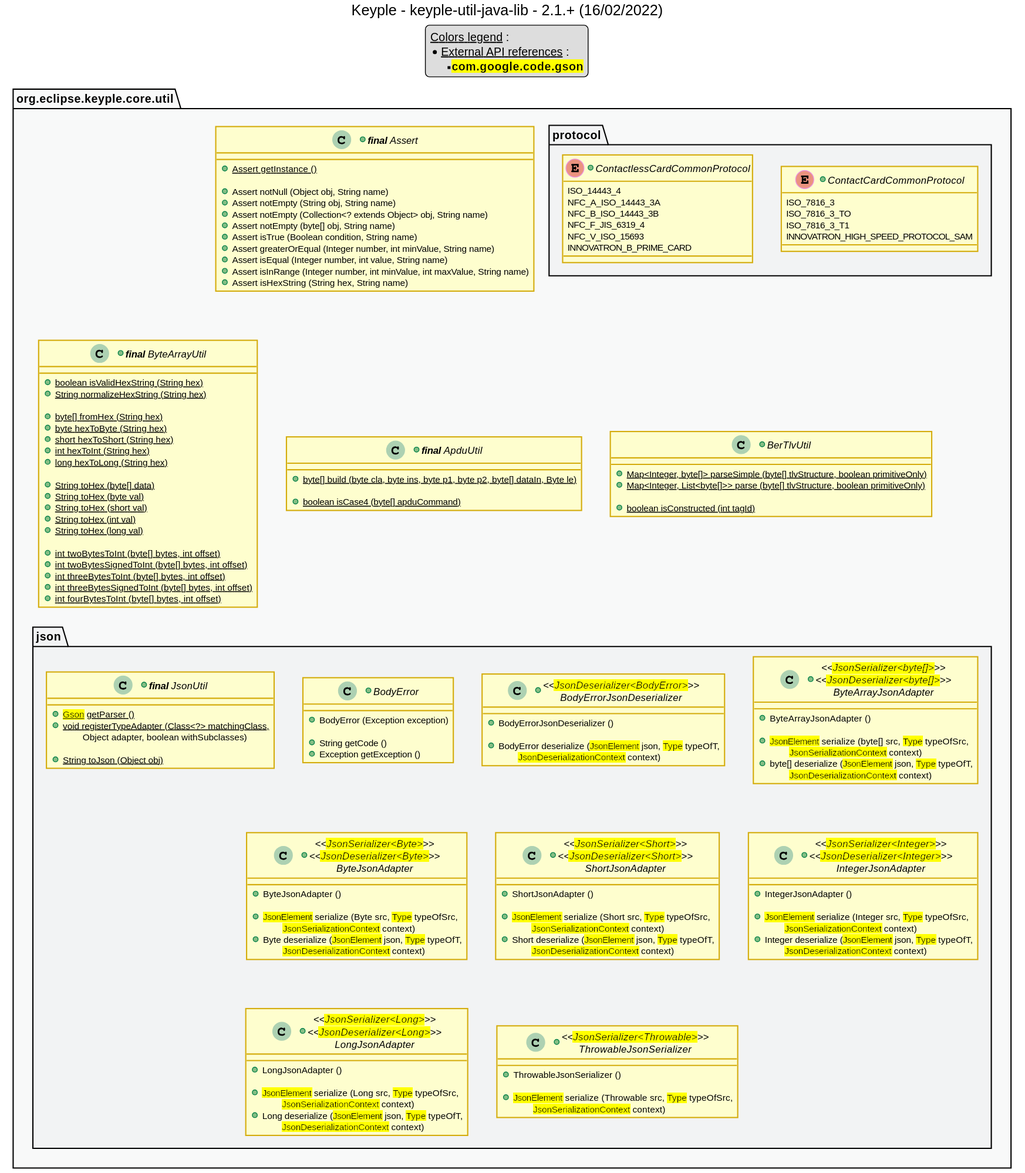
This is src/main/uml/api_class_diagram.svg from eclipse-keyple/keyple-util-java-lib, a PlantUML export, as it was before one commit. The source it was exported from:
```plantuml
@startuml
title
    Keyple - keyple-util-java-lib - 2.1.+ (16/02/2022)
end title


!define C_GREY1 F8F9F9
!define C_GREY2 F2F3F4
!define C_GREY3 E5E7E9
!define C_GREY4 D7DBDD
!define C_GREY5 CACFD2
!define C_GREY6 BDC3C7
!define C_LINK 3498DB
!define C_USE 27AE60

skinparam Shadowing false
skinparam ClassFontStyle italic
skinparam ClassBorderColor #D4AC0D
skinparam stereotypeABorderColor #A9DCDF
skinparam stereotypeIBorderColor #B4A7E5
skinparam stereotypeCBorderColor #ADD1B2
skinparam stereotypeEBorderColor #EB93DF
skinparam ClassBackgroundColor<<red>> #FDEDEC
skinparam ClassBorderColor<<red>> #E74C3C
hide <<red>> stereotype
skinparam ClassBackgroundColor<<purple>> #F4ECF7
skinparam ClassBorderColor<<purple>> #8E44AD
hide <<purple>> stereotype
skinparam ClassBackgroundColor<<blue>> #EBF5FB
skinparam ClassBorderColor<<blue>> #3498DB
hide <<blue>> stereotype
skinparam ClassBackgroundColor<<green>> #E9F7EF
skinparam ClassBorderColor<<green>> #27AE60
hide <<green>> stereotype
skinparam ClassBackgroundColor<<grey>> #EAECEE
skinparam ClassBorderColor<<grey>> #2C3E50
hide <<grey>> stereotype


legend top
    __Colors legend__ :
    * __External API references__ :
    ** <back:yellow>**com.google.code.gson**</back>
end legend

package "org.eclipse.keyple.core.util" as util {
    +class "**final** Assert" as Assert {
        +{static} Assert getInstance ()

        +Assert notNull (Object obj, String name)
        +Assert notEmpty (String obj, String name)
        +Assert notEmpty (Collection<? extends Object> obj, String name)
        +Assert notEmpty (byte[] obj, String name)
        +Assert isTrue (Boolean condition, String name)
        +Assert greaterOrEqual (Integer number, int minValue, String name)
        +Assert isEqual (Integer number, int value, String name)
        +Assert isInRange (Integer number, int minValue, int maxValue, String name)
        +Assert isHexString (String hex, String name)
    }
    +class "**final** ByteArrayUtil" as ByteArrayUtil {
        +{static} boolean isValidHexString (String hex)
        +{static} String normalizeHexString (String hex)

        +{static} byte[] fromHex (String hex)
        +{static} byte hexToByte (String hex)
        +{static} short hexToShort (String hex)
        +{static} int hexToInt (String hex)
        +{static} long hexToLong (String hex)

        +{static} String toHex (byte[] data)
        +{static} String toHex (byte val)
        +{static} String toHex (short val)
        +{static} String toHex (int val)
        +{static} String toHex (long val)

        +{static} int twoBytesToInt (byte[] bytes, int offset)
        +{static} int twoBytesSignedToInt (byte[] bytes, int offset)
        +{static} int threeBytesToInt (byte[] bytes, int offset)
        +{static} int threeBytesSignedToInt (byte[] bytes, int offset)
        +{static} int fourBytesToInt (byte[] bytes, int offset)
    }
    +class "**final** ApduUtil" as ApduUtil {
        +{static} byte[] build (byte cla, byte ins, byte p1, byte p2, byte[] dataIn, Byte le)

        +{static} boolean isCase4 (byte[] apduCommand)
    }
    +class BerTlvUtil {
        +{static} Map<Integer, byte[]> parseSimple (byte[] tlvStructure, boolean primitiveOnly)
        +{static} Map<Integer, List<byte[]>> parse (byte[] tlvStructure, boolean primitiveOnly)

        +{static} boolean isConstructed (int tagId)
    }
    package json {
        +class "**final** JsonUtil" as JsonUtil {
            +{static} <back:yellow>Gson</back> getParser ()
            +{static} void registerTypeAdapter (Class<?> matchingClass,
                \tObject adapter, boolean withSubclasses)

            +{static} String toJson (Object obj)
        }
        +class BodyError {
            +BodyError (Exception exception)

            +String getCode ()
            +Exception getException ()
        }
        +class "<<<back:yellow>JsonDeserializer<BodyError></back>>>\nBodyErrorJsonDeserializer" as BodyErrorJsonDeserializer {
            +BodyErrorJsonDeserializer ()

            +BodyError deserialize (<back:yellow>JsonElement</back> json, <back:yellow>Type</back> typeOfT,
                \t<back:yellow>JsonDeserializationContext</back> context)
        }
        +class "<<<back:yellow>JsonSerializer<byte[]></back>>>\n<<<back:yellow>JsonDeserializer<byte[]></back>>>\nByteArrayJsonAdapter" as ByteArrayJsonAdapter {
            +ByteArrayJsonAdapter ()

            +<back:yellow>JsonElement</back> serialize (byte[] src, <back:yellow>Type</back> typeOfSrc,
                \t<back:yellow>JsonSerializationContext</back> context)
            +byte[] deserialize (<back:yellow>JsonElement</back> json, <back:yellow>Type</back> typeOfT,
                \t<back:yellow>JsonDeserializationContext</back> context)
        }
        +class "<<<back:yellow>JsonSerializer<Byte></back>>>\n<<<back:yellow>JsonDeserializer<Byte></back>>>\nByteJsonAdapter" as ByteJsonAdapter {
            +ByteJsonAdapter ()

            +<back:yellow>JsonElement</back> serialize (Byte src, <back:yellow>Type</back> typeOfSrc,
                \t<back:yellow>JsonSerializationContext</back> context)
            +Byte deserialize (<back:yellow>JsonElement</back> json, <back:yellow>Type</back> typeOfT,
                \t<back:yellow>JsonDeserializationContext</back> context)
        }
        +class "<<<back:yellow>JsonSerializer<Short></back>>>\n<<<back:yellow>JsonDeserializer<Short></back>>>\nShortJsonAdapter" as ShortJsonAdapter {
            +ShortJsonAdapter ()

            +<back:yellow>JsonElement</back> serialize (Short src, <back:yellow>Type</back> typeOfSrc,
                \t<back:yellow>JsonSerializationContext</back> context)
            +Short deserialize (<back:yellow>JsonElement</back> json, <back:yellow>Type</back> typeOfT,
                \t<back:yellow>JsonDeserializationContext</back> context)
        }
        +class "<<<back:yellow>JsonSerializer<Integer></back>>>\n<<<back:yellow>JsonDeserializer<Integer></back>>>\nIntegerJsonAdapter" as IntegerJsonAdapter {
            +IntegerJsonAdapter ()

            +<back:yellow>JsonElement</back> serialize (Integer src, <back:yellow>Type</back> typeOfSrc,
                \t<back:yellow>JsonSerializationContext</back> context)
            +Integer deserialize (<back:yellow>JsonElement</back> json, <back:yellow>Type</back> typeOfT,
                \t<back:yellow>JsonDeserializationContext</back> context)
        }
        +class "<<<back:yellow>JsonSerializer<Long></back>>>\n<<<back:yellow>JsonDeserializer<Long></back>>>\nLongJsonAdapter" as LongJsonAdapter {
            +LongJsonAdapter ()

            +<back:yellow>JsonElement</back> serialize (Long src, <back:yellow>Type</back> typeOfSrc,
                \t<back:yellow>JsonSerializationContext</back> context)
            +Long deserialize (<back:yellow>JsonElement</back> json, <back:yellow>Type</back> typeOfT,
                \t<back:yellow>JsonDeserializationContext</back> context)
        }
        +class "<<<back:yellow>JsonSerializer<Throwable></back>>>\nThrowableJsonSerializer" as ThrowableJsonSerializer {
            +ThrowableJsonSerializer ()

            +<back:yellow>JsonElement</back> serialize (Throwable src, <back:yellow>Type</back> typeOfSrc,
                \t<back:yellow>JsonSerializationContext</back> context)
        }
    }
    package protocol {
        +enum ContactCardCommonProtocol {
            ISO_7816_3
            ISO_7816_3_TO
            ISO_7816_3_T1
            INNOVATRON_HIGH_SPEED_PROTOCOL_SAM
        }
        +enum ContactlessCardCommonProtocol {
            ISO_14443_4
            NFC_A_ISO_14443_3A
            NFC_B_ISO_14443_3B
            NFC_F_JIS_6319_4
            NFC_V_ISO_15693
            INNOVATRON_B_PRIME_CARD
        }
    }
}



ByteArrayUtil -[hidden]- JsonUtil

Assert -[hidden]- ByteArrayUtil
Assert -[hidden]- ApduUtil
Assert -[hidden]- BerTlvUtil


package util #C_GREY1 {}
package json #C_GREY2 {}
package protocol #C_GREY2 {}

@enduml
```
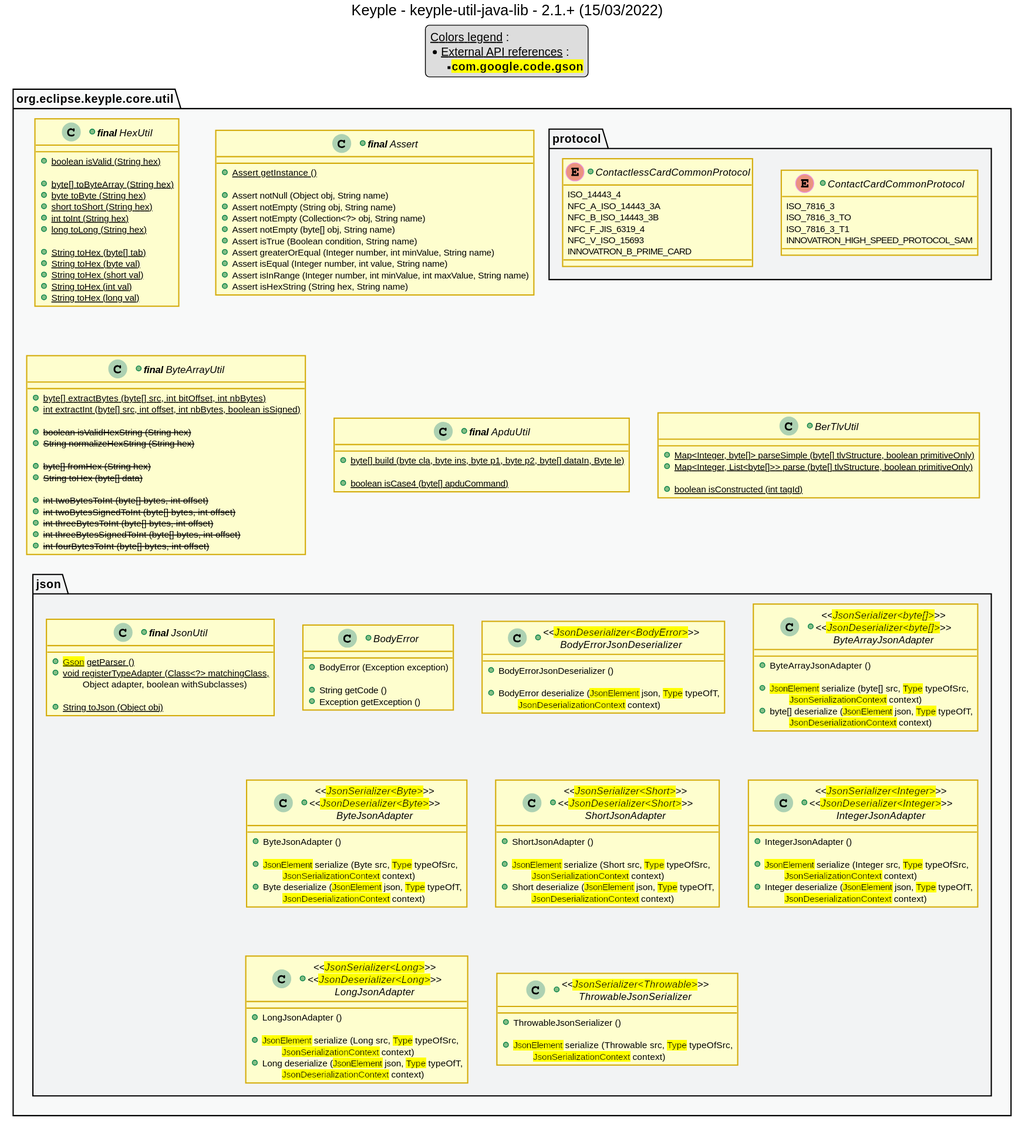
Later version of the same file.

Change to the diagram source:
```diff
@@ -1,6 +1,6 @@
 @startuml
 title
-    Keyple - keyple-util-java-lib - 2.1.+ (16/02/2022)
+    Keyple - keyple-util-java-lib - 2.1.+ (15/03/2022)
 end title
 
 
@@ -49,7 +49,7 @@
 
         +Assert notNull (Object obj, String name)
         +Assert notEmpty (String obj, String name)
-        +Assert notEmpty (Collection<? extends Object> obj, String name)
+        +Assert notEmpty (Collection<?> obj, String name)
         +Assert notEmpty (byte[] obj, String name)
         +Assert isTrue (Boolean condition, String name)
         +Assert greaterOrEqual (Integer number, int minValue, String name)
@@ -58,26 +58,35 @@
         +Assert isHexString (String hex, String name)
     }
     +class "**final** ByteArrayUtil" as ByteArrayUtil {
-        +{static} boolean isValidHexString (String hex)
-        +{static} String normalizeHexString (String hex)
+        +{static} byte[] extractBytes (byte[] src, int bitOffset, int nbBytes)
+        +{static} int extractInt (byte[] src, int offset, int nbBytes, boolean isSigned)
 
-        +{static} byte[] fromHex (String hex)
-        +{static} byte hexToByte (String hex)
-        +{static} short hexToShort (String hex)
-        +{static} int hexToInt (String hex)
-        +{static} long hexToLong (String hex)
+        +<s>boolean isValidHexString (String hex)
+        +<s>String normalizeHexString (String hex)
 
-        +{static} String toHex (byte[] data)
+        +<s>byte[] fromHex (String hex)
+        +<s>String toHex (byte[] data)
+
+        +<s>int twoBytesToInt (byte[] bytes, int offset)
+        +<s>int twoBytesSignedToInt (byte[] bytes, int offset)
+        +<s>int threeBytesToInt (byte[] bytes, int offset)
+        +<s>int threeBytesSignedToInt (byte[] bytes, int offset)
+        +<s>int fourBytesToInt (byte[] bytes, int offset)
+    }
+    +class "**final** HexUtil" as HexUtil {
+        +{static} boolean isValid (String hex)
+
+        +{static} byte[] toByteArray (String hex)
+        +{static} byte toByte (String hex)
+        +{static} short toShort (String hex)
+        +{static} int toInt (String hex)
+        +{static} long toLong (String hex)
+
+        +{static} String toHex (byte[] tab)
         +{static} String toHex (byte val)
         +{static} String toHex (short val)
         +{static} String toHex (int val)
         +{static} String toHex (long val)
-
-        +{static} int twoBytesToInt (byte[] bytes, int offset)
-        +{static} int twoBytesSignedToInt (byte[] bytes, int offset)
-        +{static} int threeBytesToInt (byte[] bytes, int offset)
-        +{static} int threeBytesSignedToInt (byte[] bytes, int offset)
-        +{static} int fourBytesToInt (byte[] bytes, int offset)
     }
     +class "**final** ApduUtil" as ApduUtil {
         +{static} byte[] build (byte cla, byte ins, byte p1, byte p2, byte[] dataIn, Byte le)
```
